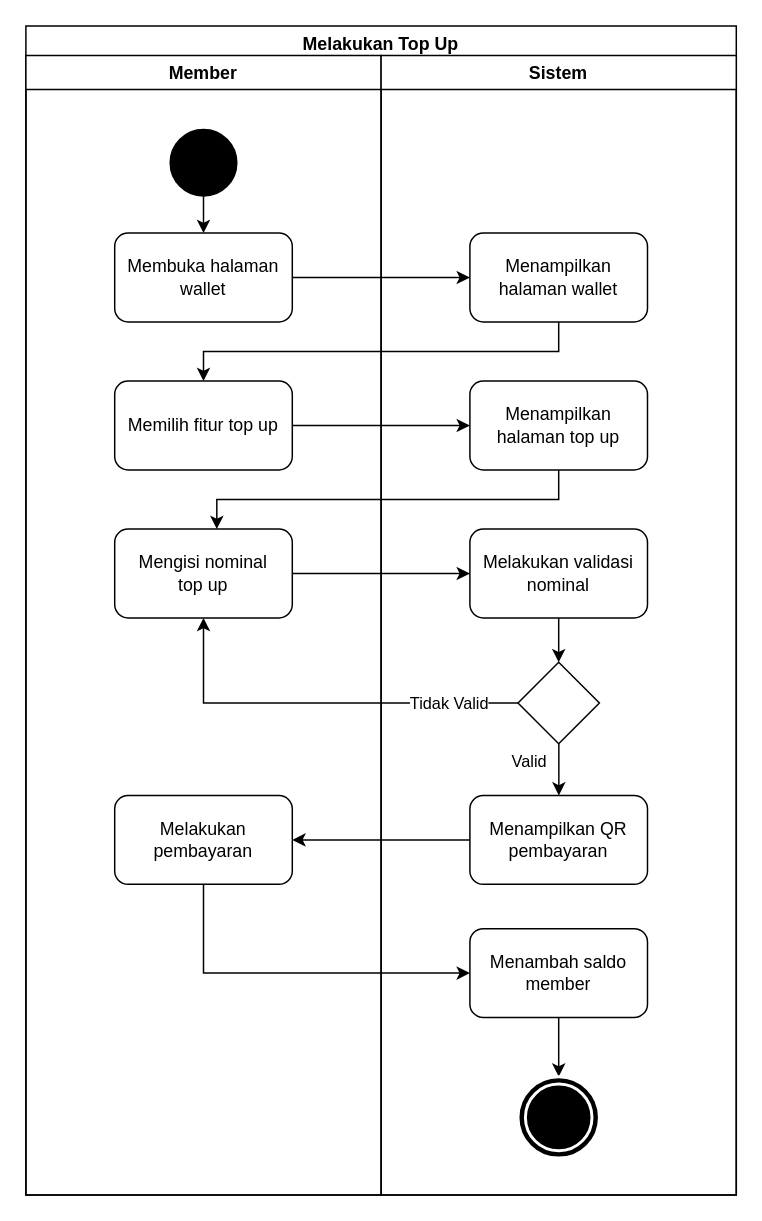
Above: Diagram/Activity Diagram/13. melakukan top up.drawio in techie-jhs/thesis (draw.io), before the change. Source tidied: cells renumbered, new cells numbered last; positions are measured from the earlier drawing's top-left corner, leaving out a move shared by most shapes. Both pictures are drawn from the tidied source at 148%, with x=0, y=0 at pixel (25, 25).
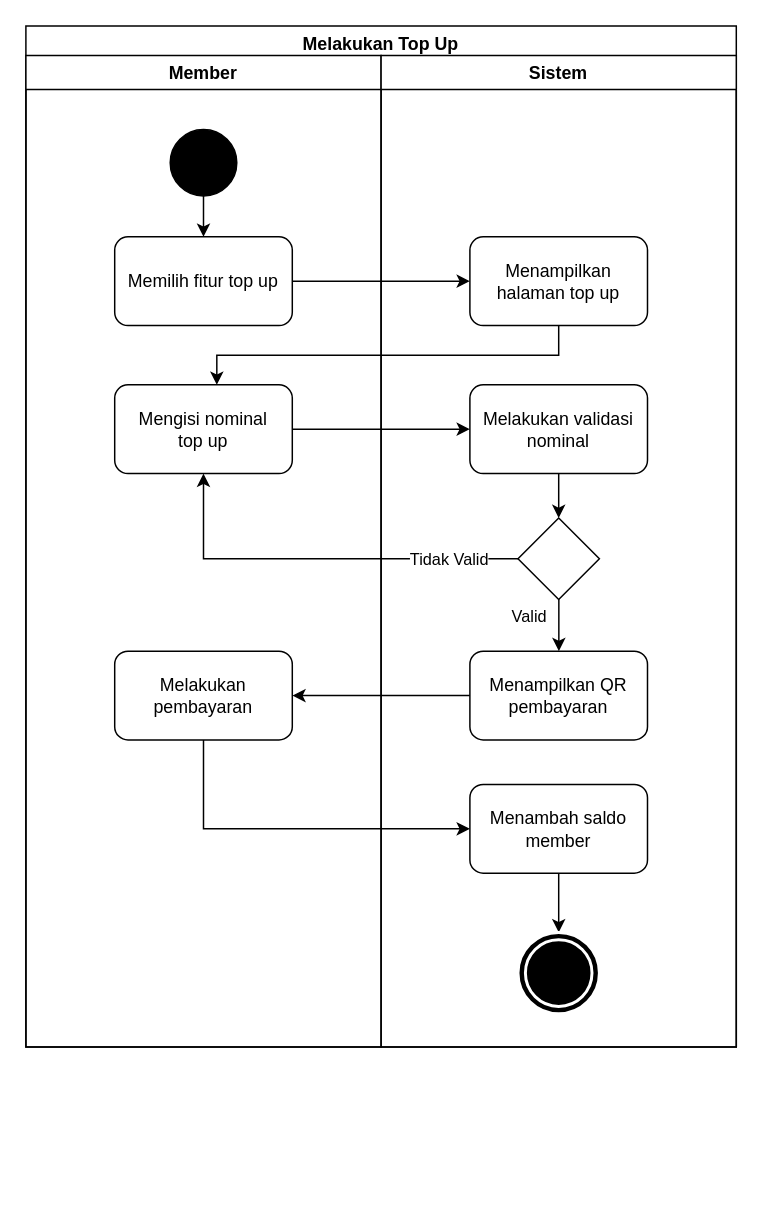
The same diagram, later.

The change refers to these unchanged cells:
```xml
<mxCell id="5" style="ellipse;whiteSpace=wrap;html=1;fillColor=#000000;" parent="3" vertex="1">
  <mxGeometry x="97.5" y="50" width="45" height="45" as="geometry" />
</mxCell>
```

What changed in the source:
```diff
@@
     <mxCell id="2" value="Melakukan Top Up" style="swimlane;fillColor=none;" parent="1" vertex="1">
-      <mxGeometry width="480" height="790" as="geometry" />
+      <mxGeometry width="480" height="690" as="geometry" />
     </mxCell>
     <mxCell id="3" value="Member" style="swimlane;" parent="2" vertex="1">
-      <mxGeometry y="20" width="240" height="770" as="geometry" />
+      <mxGeometry y="20" width="240" height="670" as="geometry" />
     </mxCell>
-    <mxCell id="4" style="edgeStyle=orthogonalEdgeStyle;rounded=0;jettySize=auto;html=1;" parent="3" edge="1" source="5" target="6">
-      <mxGeometry relative="1" as="geometry" />
-    </mxCell>
+    <mxCell id="30" style="edgeStyle=orthogonalEdgeStyle;rounded=0;jettySize=auto;html=1;" parent="3" edge="1" source="5" target="7">
+      <mxGeometry relative="1" as="geometry" />
+    </mxCell>
@@
-    <mxCell id="6" value="Membuka halaman wallet" style="rounded=1;whiteSpace=wrap;html=1;fillColor=none;" parent="3" vertex="1">
-      <mxGeometry x="60" y="120" width="120" height="60" as="geometry" />
-    </mxCell>
     <mxCell id="7" value="Memilih fitur top up" style="rounded=1;whiteSpace=wrap;html=1;fillColor=none;" parent="3" vertex="1">
-      <mxGeometry x="60" y="220" width="120" height="60" as="geometry" />
+      <mxGeometry x="60" y="122.5" width="120" height="60" as="geometry" />
     </mxCell>
     <mxCell id="8" value="&lt;span&gt;Mengisi nominal&lt;br&gt;top up&lt;/span&gt;" style="rounded=1;whiteSpace=wrap;html=1;fillColor=none;" parent="3" vertex="1">
-      <mxGeometry x="60" y="320" width="120" height="60" as="geometry" />
+      <mxGeometry x="60" y="222.5" width="120" height="60" as="geometry" />
     </mxCell>
     <mxCell id="9" value="Melakukan pembayaran" style="rounded=1;whiteSpace=wrap;html=1;fillColor=none;" parent="3" vertex="1">
-      <mxGeometry x="60" y="500" width="120" height="60" as="geometry" />
+      <mxGeometry x="60" y="402.5" width="120" height="60" as="geometry" />
     </mxCell>
     <mxCell id="10" value="Sistem" style="swimlane;" parent="2" vertex="1">
-      <mxGeometry x="240" y="20" width="240" height="770" as="geometry" />
+      <mxGeometry x="240" y="20" width="240" height="670" as="geometry" />
     </mxCell>
-    <mxCell id="11" value="Menampilkan halaman wallet" style="rounded=1;whiteSpace=wrap;html=1;fillColor=none;" parent="10" vertex="1">
-      <mxGeometry x="60" y="120" width="120" height="60" as="geometry" />
-    </mxCell>
     <mxCell id="12" value="Menampilkan halaman top up" style="rounded=1;whiteSpace=wrap;html=1;fillColor=none;" parent="10" vertex="1">
-      <mxGeometry x="60" y="220" width="120" height="60" as="geometry" />
+      <mxGeometry x="60" y="122.5" width="120" height="60" as="geometry" />
     </mxCell>
     <mxCell id="13" value="Melakukan validasi nominal" style="rounded=1;whiteSpace=wrap;html=1;fillColor=none;" parent="10" vertex="1">
-      <mxGeometry x="60" y="320" width="120" height="60" as="geometry" />
+      <mxGeometry x="60" y="222.5" width="120" height="60" as="geometry" />
     </mxCell>
     <mxCell id="14" value="Valid" style="edgeStyle=orthogonalEdgeStyle;rounded=0;orthogonalLoop=1;jettySize=auto;html=1;" parent="10" edge="1">
       <mxGeometry x="-0.33" y="-20" relative="1" as="geometry">
-        <mxPoint x="120.1" y="464.9" as="sourcePoint" />
-        <mxPoint x="120.1" y="500" as="targetPoint" />
+        <mxPoint x="120.1" y="367.4" as="sourcePoint" />
+        <mxPoint x="120.1" y="402.5" as="targetPoint" />
       </mxGeometry>
     </mxCell>
     <mxCell id="15" style="rhombus;whiteSpace=wrap;html=1;fillColor=none;" parent="10" vertex="1">
-      <mxGeometry x="92.5" y="410" width="55" height="55" as="geometry" />
+      <mxGeometry x="92.5" y="312.5" width="55" height="55" as="geometry" />
     </mxCell>
     <mxCell id="16" value="Menampilkan QR pembayaran" style="rounded=1;whiteSpace=wrap;html=1;fillColor=none;" parent="10" vertex="1">
-      <mxGeometry x="60" y="500" width="120" height="60" as="geometry" />
+      <mxGeometry x="60" y="402.5" width="120" height="60" as="geometry" />
     </mxCell>
@@
     <mxCell id="19" value="Menambah saldo member" style="rounded=1;whiteSpace=wrap;html=1;fillColor=none;" parent="10" vertex="1">
-      <mxGeometry x="60" y="590" width="120" height="60" as="geometry" />
+      <mxGeometry x="60" y="492.5" width="120" height="60" as="geometry" />
     </mxCell>
     <mxCell id="20" style="ellipse;shape=doubleEllipse;whiteSpace=wrap;html=1;fillColor=#000000;strokeColor=#FFFFFF;strokeWidth=2;" parent="10" vertex="1">
-      <mxGeometry x="92.5" y="690" width="55" height="55" as="geometry" />
+      <mxGeometry x="92.5" y="592.5" width="55" height="55" as="geometry" />
     </mxCell>
-    <mxCell id="21" style="edgeStyle=orthogonalEdgeStyle;rounded=0;jettySize=auto;html=1;" parent="2" edge="1" source="6" target="11">
-      <mxGeometry relative="1" as="geometry" />
-    </mxCell>
-    <mxCell id="22" style="edgeStyle=orthogonalEdgeStyle;rounded=0;jettySize=auto;html=1;" parent="2" edge="1" source="11" target="7">
-      <mxGeometry relative="1" as="geometry">
-        <Array as="points">
-          <mxPoint x="360" y="220" />
-          <mxPoint x="120" y="220" />
-        </Array>
-      </mxGeometry>
-    </mxCell>
@@
     <mxCell id="27" style="edgeStyle=orthogonalEdgeStyle;rounded=0;jettySize=auto;html=1;" parent="2" edge="1" source="12" target="8">
       <mxGeometry relative="1" as="geometry">
         <Array as="points">
-          <mxPoint x="360" y="320" />
-          <mxPoint x="129" y="320" />
+          <mxPoint x="360" y="222.5" />
+          <mxPoint x="129" y="222.5" />
         </Array>
       </mxGeometry>
     </mxCell>
@@
     <mxCell id="29" style="edgeStyle=orthogonalEdgeStyle;rounded=0;jettySize=auto;html=1;entryX=0;entryY=0.5;entryDx=0;entryDy=0;" parent="2" edge="1" source="9" target="19">
       <mxGeometry relative="1" as="geometry">
         <Array as="points">
-          <mxPoint x="120" y="640" />
+          <mxPoint x="120" y="542.5" />
         </Array>
       </mxGeometry>
     </mxCell>
```
